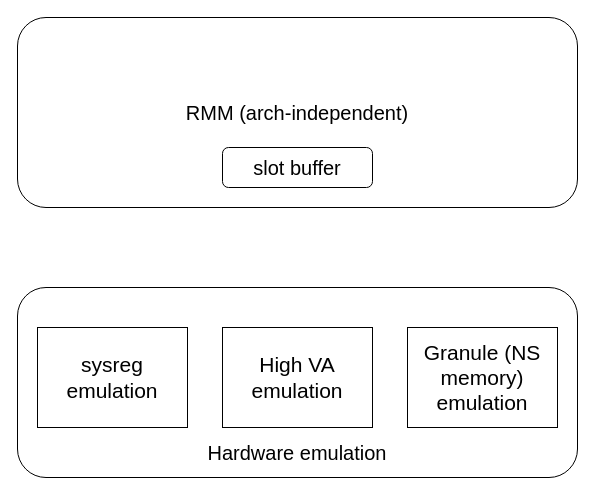
This is cca-workflow/fake_host.drawio from EdisonE3/draw-pictures, a draw.io file, before an edit. Source tidied: cells renumbered, new cells numbered last; positions are measured from the earlier drawing's top-left corner, leaving out a move shared by most shapes. Both pictures are drawn from the tidied source at 100%, with x=0, y=0 at pixel (17, 17).
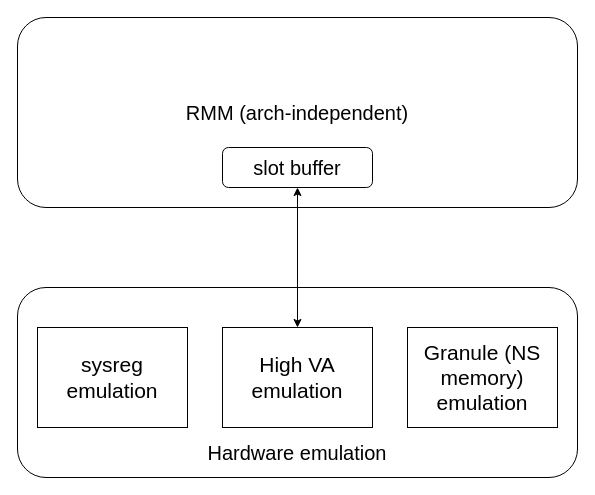
After the change.

The edit, as a diff of the source:
```diff
@@
 <mxGraphModel>
   <root>
     <mxCell id="0" />
     <mxCell id="1" parent="0" />
     <mxCell id="2" value="&lt;font style=&quot;font-size: 20px;&quot;&gt;RMM (arch-independent)&lt;/font&gt;" style="rounded=1;whiteSpace=wrap;html=1;" parent="1" vertex="1">
       <mxGeometry width="560" height="190" as="geometry" />
     </mxCell>
     <mxCell id="3" value="slot buffer" style="rounded=1;whiteSpace=wrap;html=1;fontSize=20;" parent="1" vertex="1">
       <mxGeometry x="205" y="130" width="150" height="40" as="geometry" />
     </mxCell>
     <mxCell id="4" style="rounded=1;whiteSpace=wrap;html=1;" parent="1" vertex="1">
       <mxGeometry y="270" width="560" height="190" as="geometry" />
     </mxCell>
     <mxCell id="5" value="Hardware emulation" style="text;html=1;strokeColor=none;fillColor=none;align=center;verticalAlign=middle;whiteSpace=wrap;rounded=0;fontSize=20;" parent="1" vertex="1">
       <mxGeometry x="150" y="420" width="260" height="30" as="geometry" />
     </mxCell>
     <mxCell id="6" value="&lt;font style=&quot;font-size: 21px;&quot;&gt;sysreg emulation&lt;/font&gt;" style="rounded=0;whiteSpace=wrap;html=1;fontSize=20;" parent="1" vertex="1">
       <mxGeometry x="20" y="310" width="150" height="100" as="geometry" />
     </mxCell>
+    <mxCell id="9" style="edgeStyle=orthogonalEdgeStyle;rounded=0;jettySize=auto;html=1;exitX=0.5;exitY=0;exitDx=0;exitDy=0;entryX=0.5;entryY=1;entryDx=0;entryDy=0;fontSize=21;startArrow=classic;startFill=1;" parent="1" edge="1" source="7" target="3">
+      <mxGeometry relative="1" as="geometry" />
+    </mxCell>
     <mxCell id="7" value="&lt;font style=&quot;font-size: 21px;&quot;&gt;High VA emulation&lt;/font&gt;" style="rounded=0;whiteSpace=wrap;html=1;fontSize=20;" parent="1" vertex="1">
       <mxGeometry x="205" y="310" width="150" height="100" as="geometry" />
     </mxCell>
     <mxCell id="8" value="&lt;font style=&quot;font-size: 21px;&quot;&gt;Granule (NS memory) emulation&lt;/font&gt;" style="rounded=0;whiteSpace=wrap;html=1;fontSize=20;" parent="1" vertex="1">
       <mxGeometry x="390" y="310" width="150" height="100" as="geometry" />
     </mxCell>
   </root>
 </mxGraphModel>
```
